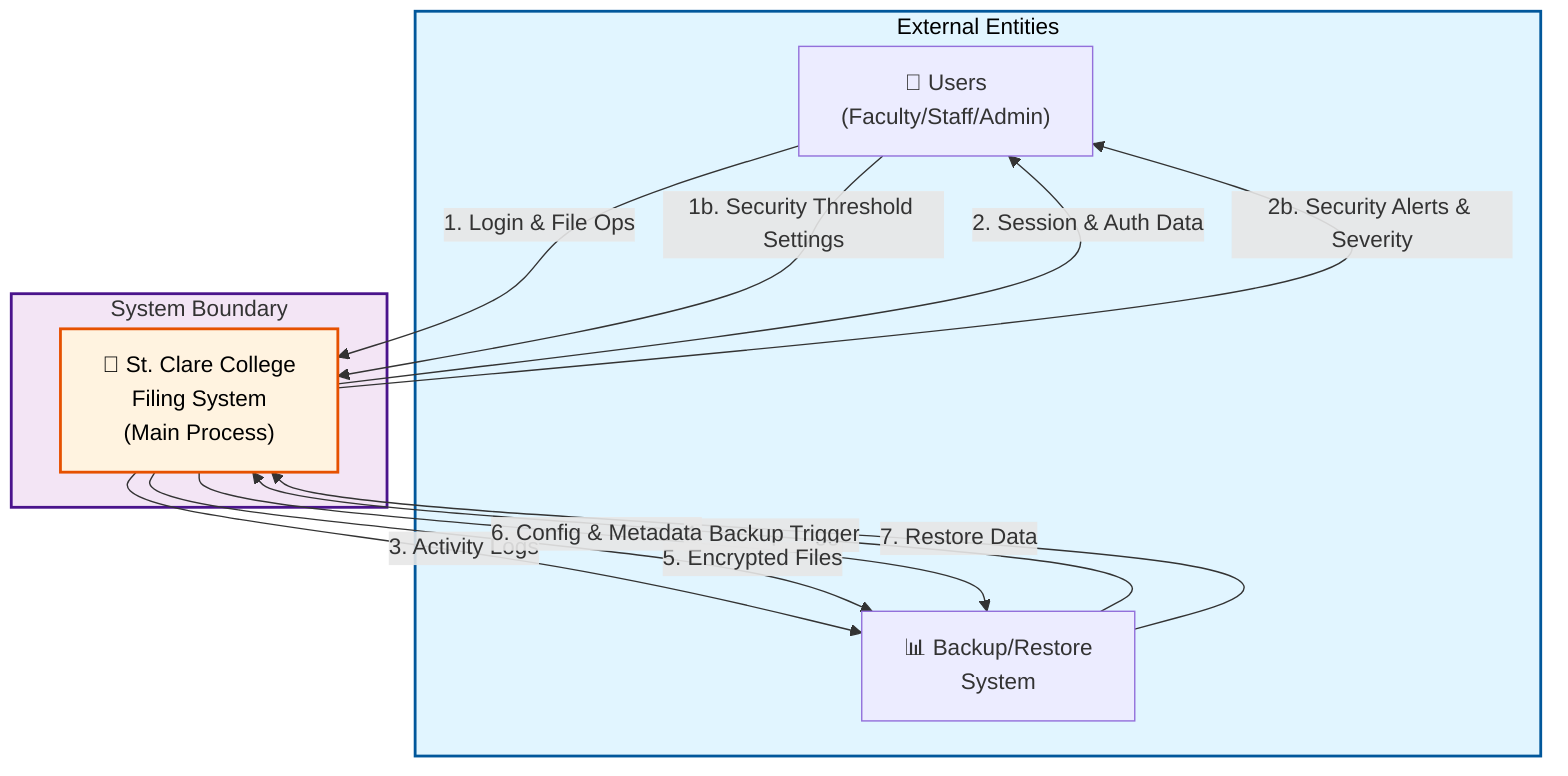
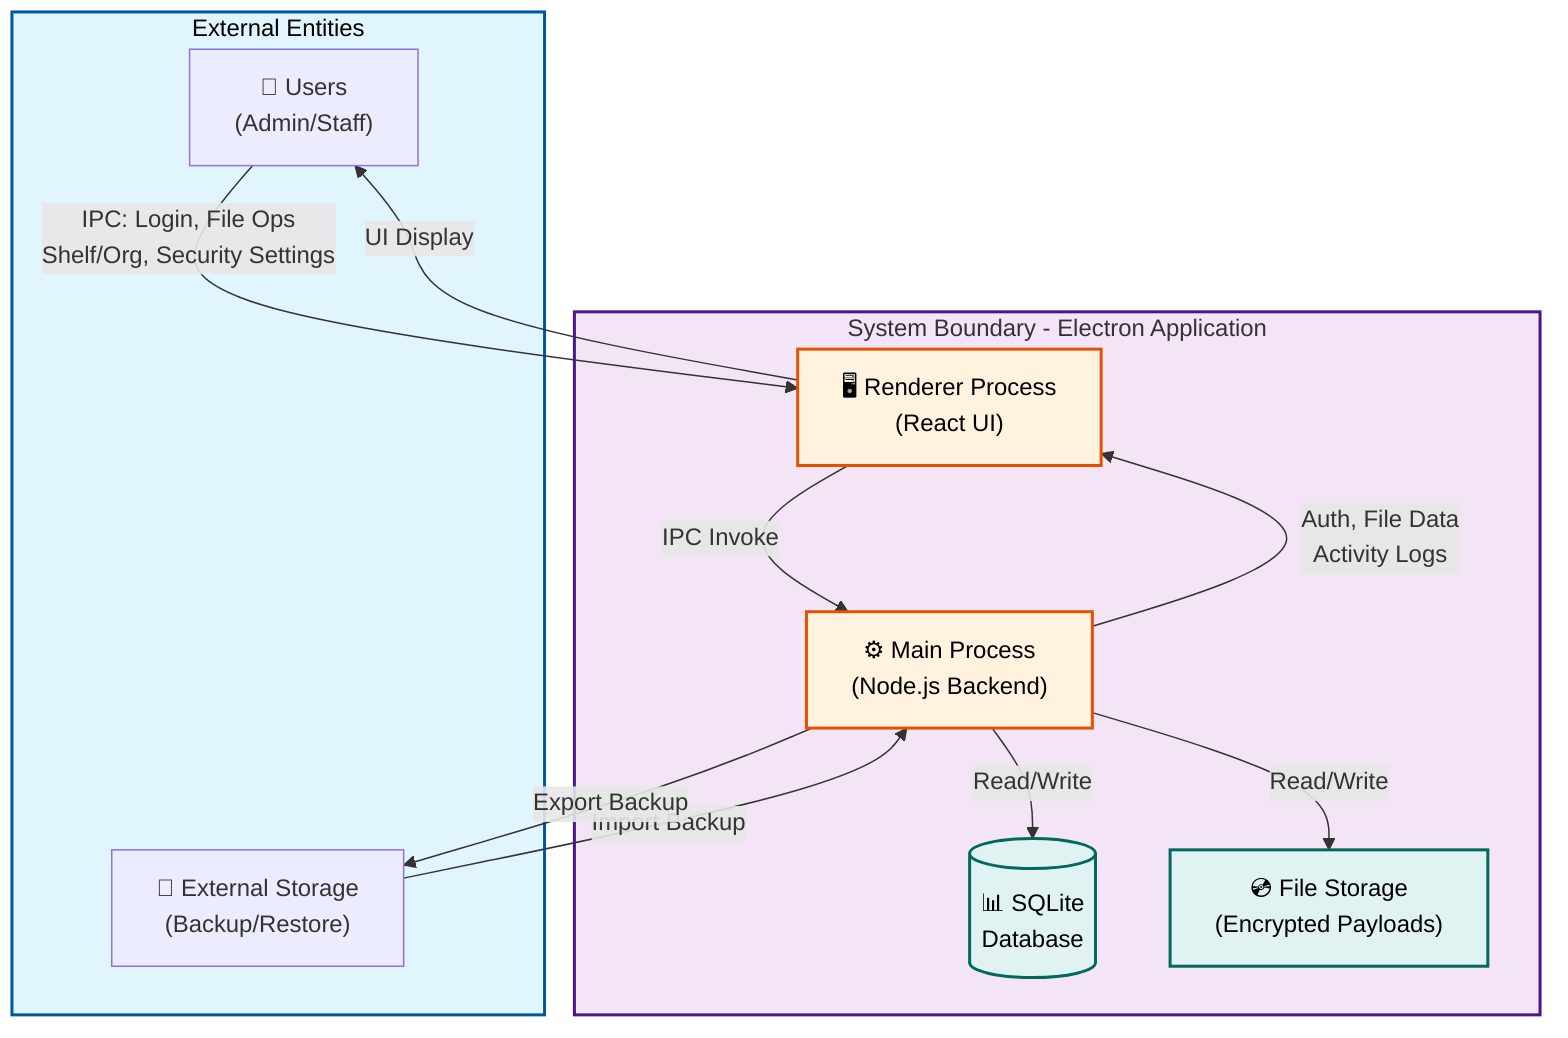
flowchart TB
  subgraph EXT[" External Entities "]
-     U["👤 Users<br/>(Faculty/Staff/Admin)"]
-     SM["📊 Backup/Restore<br/>System"]
+     U["👤 Users<br/>(Admin/Staff)"]
+     SM["💾 External Storage<br/>(Backup/Restore)"]
  end

-   subgraph SYS[" System Boundary "]
-     P0["🔐 St. Clare College<br/>Filing System<br/>(Main Process)"]
+   subgraph SYS[" System Boundary - Electron Application "]
+     RP["🖥️ Renderer Process<br/>(React UI)"]
+     MP["⚙️ Main Process<br/>(Node.js Backend)"]
+     DB[("📊 SQLite<br/>Database")]
+     FS["💿 File Storage<br/>(Encrypted Payloads)"]
  end

-   U -->|1. Login & File Ops| P0
-   U -->|1b. Security Threshold Settings| P0
-   P0 -->|2. Session & Auth Data| U
-   P0 -->|2b. Security Alerts & Severity| U
-   P0 -->|3. Activity Logs| SM
-   SM -->|4. Backup Trigger| P0
-   P0 -->|5. Encrypted Files| SM
-   P0 -->|6. Config & Metadata| SM
-   SM -->|7. Restore Data| P0
+   U -->|IPC: Login, File Ops<br/>Shelf/Org, Security Settings| RP
+   RP -->|IPC Invoke| MP
+   MP -->|Read/Write| DB
+   MP -->|Read/Write| FS
+   MP -->|Auth, File Data<br/>Activity Logs| RP
+   RP -->|UI Display| U
+ 
+   SM -->|Import Backup| MP
+   MP -->|Export Backup| SM

  classDef external fill:#e1f5ff,stroke:#01579b,stroke-width:2px,color:#000
-   classDef process fill:#fff3e0,stroke:#e65100,stroke-width:2px,color:#000
+   classDef internal fill:#fff3e0,stroke:#e65100,stroke-width:2px,color:#000
+   classDef storage fill:#e0f2f1,stroke:#00695c,stroke-width:2px,color:#000
  classDef boundary fill:#f3e5f5,stroke:#4a148c,stroke-width:2px

  class EXT external
-   class P0 process
+   class RP,MP internal
+   class DB,FS storage
  class SYS boundary